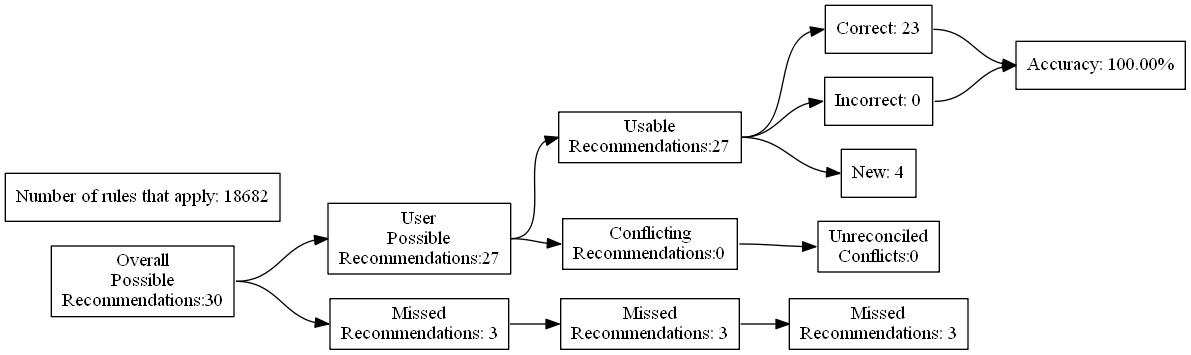
This is test_renders/19.gv.png from ZaxR/ibd_diet_analysis, a Graphviz export, as it was before one commit. Its source is kept beside it as test_renders/19.gv. The source it was exported from:
```dot
digraph {
	graph [rankdir=LR]
	node [pos=r shape=box]
	edge [headport=w tailport=e]
		A [label="Overall
Possible
Recommendations:30"]
		B [label="User
Possible
Recommendations:27"]
		C [label="Missed
Recommendations: 3"]
		D [label="Usable
Recommendations:27"]
		E [label="Conflicting
Recommendations:0"]
		J [label="Missed
Recommendations: 3"]
		M [label="Unreconciled
Conflicts:0"]
		F [label="Correct: 23"]
		G [label="Incorrect: 0"]
		H [label="New: 4"]
		K [label="Missed
Recommendations: 3"]
		I [label="Accuracy: 100.00%"]
		l [label="Number of rules that apply: 18682"]
			A -> B
			A -> C
			B -> D
			B -> E
			D -> F
			D -> G
			D -> H
			F -> I
			G -> I
			C -> J
			J -> K
			E -> M
}
```
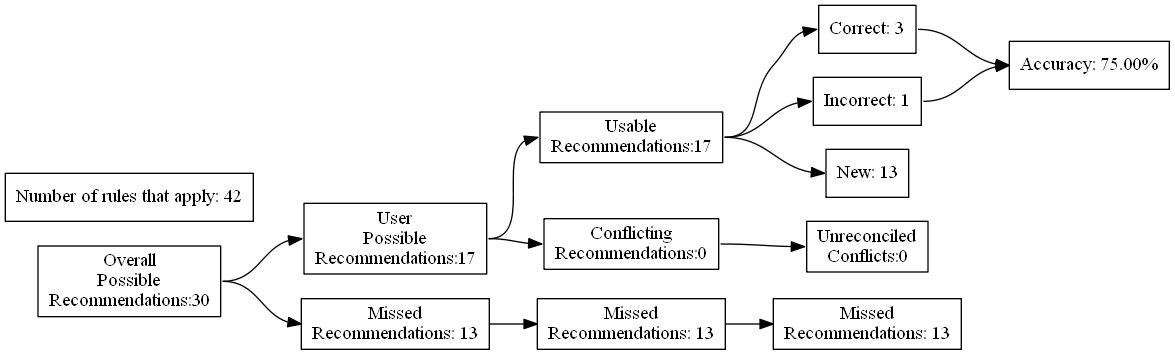
Later version of the same file.

Diff of the diagram source:
```diff
@@ -7,24 +7,24 @@
 Recommendations:30"]
 		B [label="User
 Possible
-Recommendations:27"]
+Recommendations:17"]
 		C [label="Missed
-Recommendations: 3"]
+Recommendations: 13"]
 		D [label="Usable
-Recommendations:27"]
+Recommendations:17"]
 		E [label="Conflicting
 Recommendations:0"]
 		J [label="Missed
-Recommendations: 3"]
+Recommendations: 13"]
 		M [label="Unreconciled
 Conflicts:0"]
-		F [label="Correct: 23"]
-		G [label="Incorrect: 0"]
-		H [label="New: 4"]
+		F [label="Correct: 3"]
+		G [label="Incorrect: 1"]
+		H [label="New: 13"]
 		K [label="Missed
-Recommendations: 3"]
-		I [label="Accuracy: 100.00%"]
-		l [label="Number of rules that apply: 18682"]
+Recommendations: 13"]
+		I [label="Accuracy: 75.00%"]
+		l [label="Number of rules that apply: 42"]
 			A -> B
 			A -> C
 			B -> D
```
